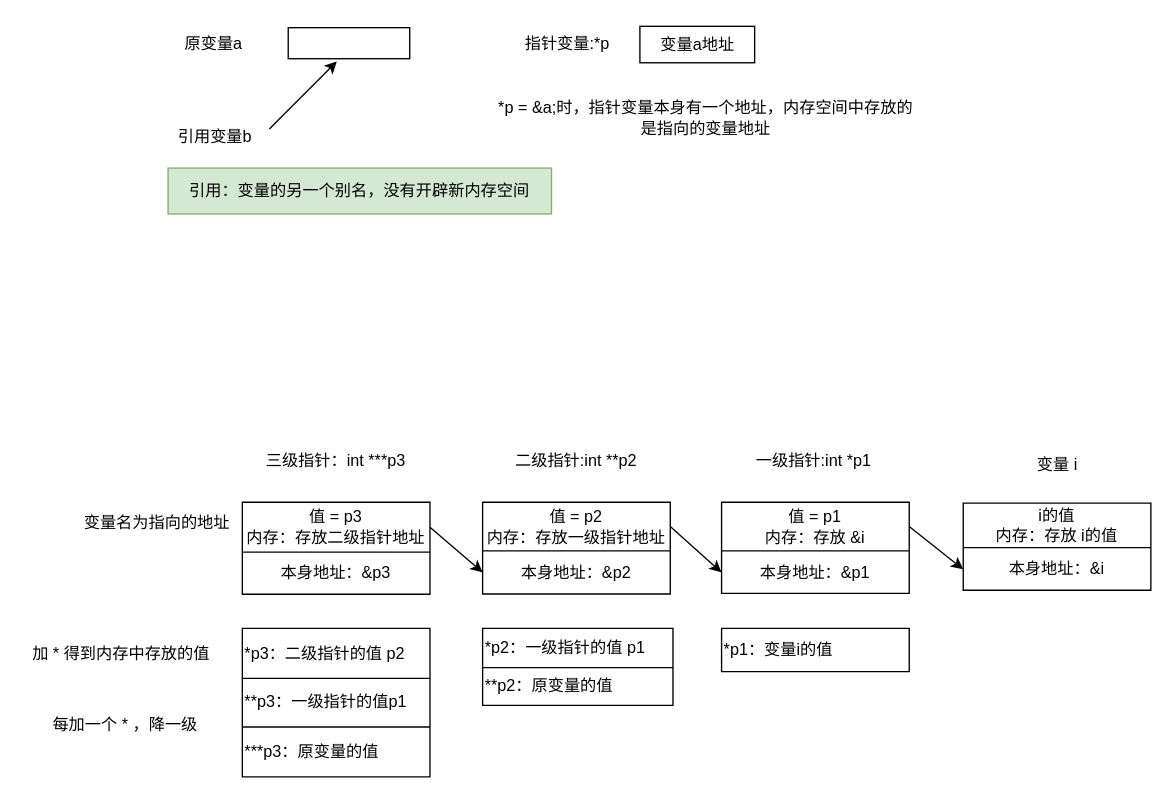
This is 未命名绘图.drawio from weibu01/a_drawio, a draw.io file, before an edit. Source tidied: cells renumbered, new cells numbered last; positions are measured from the earlier drawing's top-left corner, leaving out a move shared by most shapes. Both pictures are drawn from the tidied source at 135%, with x=0, y=0 at pixel (23, 22).
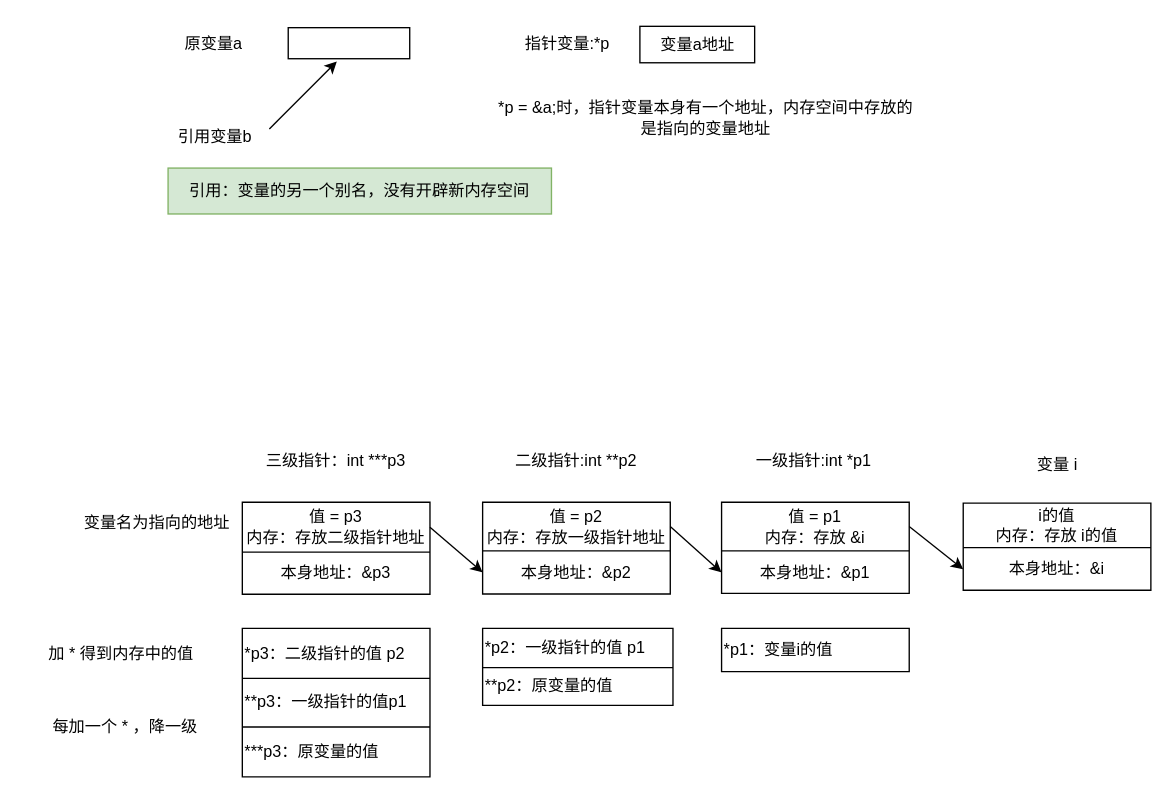
The same diagram, later.

Commit message:
更新未命名绘图.drawio

Change to the diagram source:
```diff
@@
-    <mxCell id="11" value="加 * 得到内存中存放的值" style="text;html=1;strokeColor=none;fillColor=none;align=center;verticalAlign=middle;whiteSpace=wrap;rounded=0;" parent="1" vertex="1">
+    <mxCell id="11" value="加 * 得到内存中的值" style="text;html=1;strokeColor=none;fillColor=none;align=center;verticalAlign=middle;whiteSpace=wrap;rounded=0;" parent="1" vertex="1">
       <mxGeometry y="449" width="145" height="37" as="geometry" />
     </mxCell>
@@
     <mxCell id="54" value="每加一个 * ，降一级" style="text;html=1;strokeColor=none;fillColor=none;align=center;verticalAlign=middle;whiteSpace=wrap;rounded=0;" parent="1" vertex="1">
-      <mxGeometry x="19" y="510" width="113" height="21" as="geometry" />
+      <mxGeometry x="19" y="511" width="113" height="21" as="geometry" />
     </mxCell>
```
